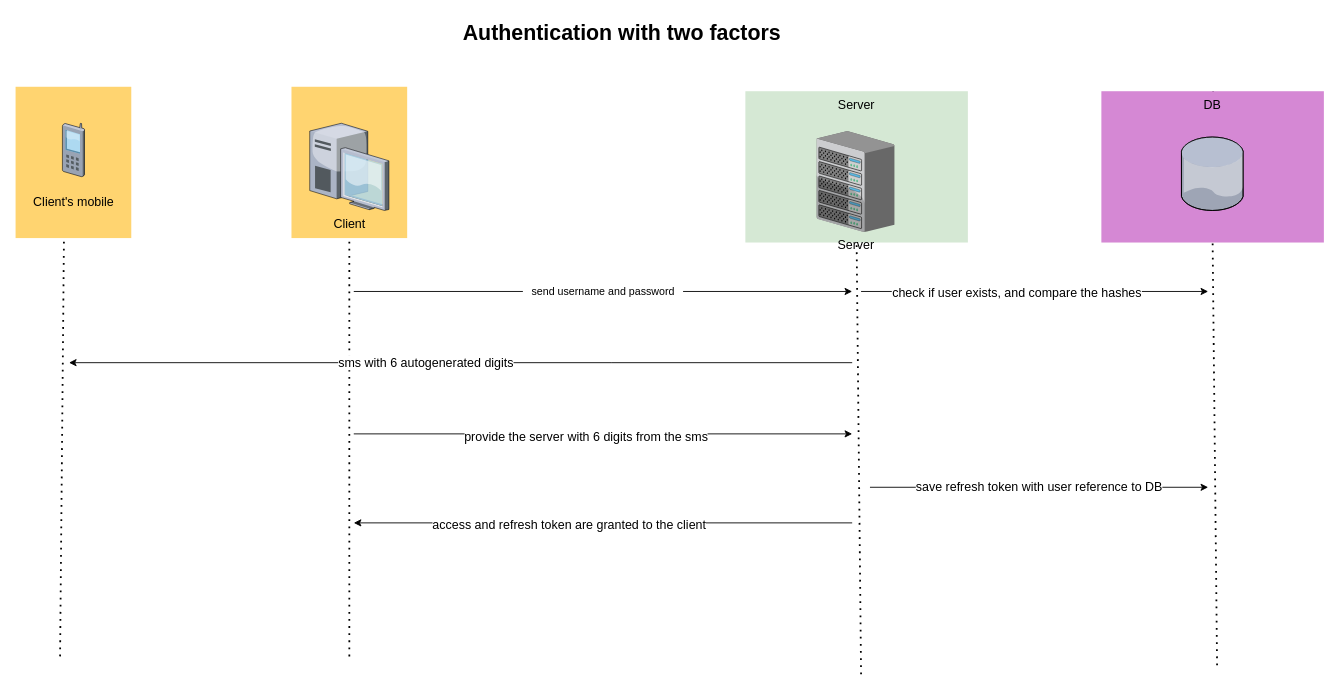
Above: dataflow.drawio in Tamimjabr/security-system-diagram (draw.io), before the change. Source tidied: cells renumbered, new cells numbered last; positions are measured from the earlier drawing's top-left corner, leaving out a move shared by most shapes. Both pictures are drawn from the tidied source at 89%, with x=0, y=0 at pixel (15, 15).
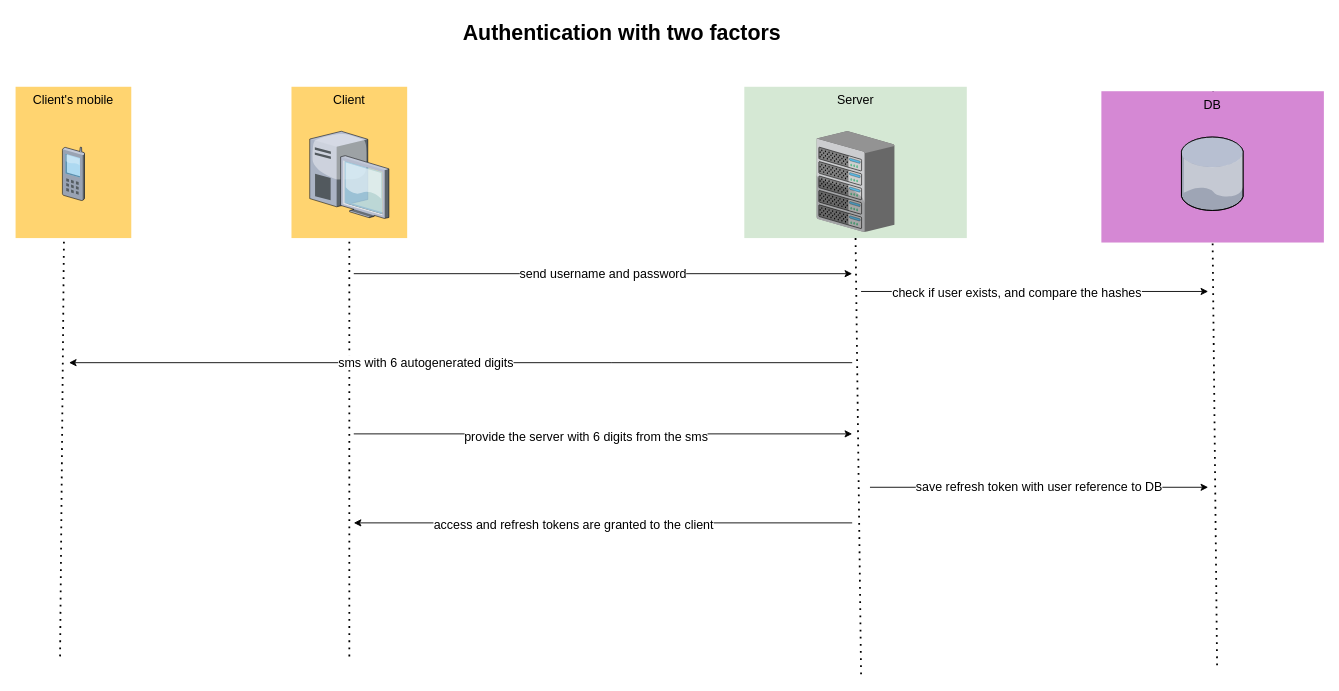
The same page after the edit.

The change refers to these unchanged cells:
```xml
<mxCell id="26" style="endArrow=classic;html=1;rounded=0;fontSize=14;" parent="1" edge="1">
  <mxGeometry relative="1" as="geometry">
    <mxPoint x="940" y="570" as="sourcePoint" />
    <mxPoint x="380" y="570" as="targetPoint" />
  </mxGeometry>
</mxCell>
```

The edit, as a diff of the source:
```diff
@@
     <mxCell id="2" value="Server" style="whiteSpace=wrap;html=1;fillColor=#d5e8d4;fontSize=14;strokeColor=none;verticalAlign=top;" parent="1" vertex="1">
-      <mxGeometry x="820" y="85" width="250" height="170" as="geometry" />
+      <mxGeometry x="818.8" y="80" width="250" height="170" as="geometry" />
     </mxCell>
-    <mxCell id="3" style="whiteSpace=wrap;html=1;fillColor=#FFD470;gradientColor=none;fontSize=14;strokeColor=none;verticalAlign=top;" parent="1" vertex="1">
+    <mxCell id="3" value="Client" style="whiteSpace=wrap;html=1;fillColor=#FFD470;gradientColor=none;fontSize=14;strokeColor=none;verticalAlign=top;" parent="1" vertex="1">
       <mxGeometry x="310" y="80" width="130" height="170" as="geometry" />
     </mxCell>
-    <mxCell id="4" value="Client" style="verticalLabelPosition=bottom;html=1;verticalAlign=top;strokeColor=none;shape=mxgraph.citrix.desktop;fillColor=#66B2FF;gradientColor=#0066CC;fontSize=14;" parent="1" vertex="1">
-      <mxGeometry x="330.5" y="121" width="89" height="98" as="geometry" />
+    <mxCell id="4" style="verticalLabelPosition=bottom;html=1;verticalAlign=top;strokeColor=none;shape=mxgraph.citrix.desktop;fillColor=#66B2FF;gradientColor=#0066CC;fontSize=14;" parent="1" vertex="1">
+      <mxGeometry x="330.5" y="130" width="89" height="98" as="geometry" />
     </mxCell>
-    <mxCell id="5" value="Server" style="verticalLabelPosition=bottom;html=1;verticalAlign=top;strokeColor=none;shape=mxgraph.citrix.chassis;fillColor=#66B2FF;gradientColor=#0066CC;fontSize=14;" parent="1" vertex="1">
+    <mxCell id="5" style="verticalLabelPosition=bottom;html=1;verticalAlign=top;strokeColor=none;shape=mxgraph.citrix.chassis;fillColor=#66B2FF;gradientColor=#0066CC;fontSize=14;" parent="1" vertex="1">
       <mxGeometry x="900" y="130" width="87.5" height="113" as="geometry" />
     </mxCell>
@@
-    <mxCell id="10" style="endArrow=classic;html=1;rounded=0;startArrow=none;" parent="1" edge="1" source="11">
-      <mxGeometry relative="1" as="geometry">
-        <mxPoint x="940" y="310" as="targetPoint" />
-      </mxGeometry>
-    </mxCell>
-    <mxCell id="11" value="send username and password" style="text;html=1;align=center;verticalAlign=middle;points=[];fillColor=none;strokeColor=none;rounded=0;" parent="1" vertex="1">
-      <mxGeometry x="570" y="300" width="180" height="20" as="geometry" />
-    </mxCell>
-    <mxCell id="12" style="endArrow=none;html=1;rounded=0;" parent="1" edge="1" target="11">
-      <mxGeometry relative="1" as="geometry">
-        <mxPoint x="380" y="310" as="sourcePoint" />
-      </mxGeometry>
-    </mxCell>
@@
-    <mxCell id="20" style="whiteSpace=wrap;html=1;fillColor=#FFD470;gradientColor=none;fontSize=14;strokeColor=none;verticalAlign=top;" parent="1" vertex="1">
+    <mxCell id="20" value="Client's mobile" style="whiteSpace=wrap;html=1;fillColor=#FFD470;gradientColor=none;fontSize=14;strokeColor=none;verticalAlign=top;" parent="1" vertex="1">
       <mxGeometry y="80" width="130" height="170" as="geometry" />
     </mxCell>
     <mxCell id="21" style="verticalLabelPosition=bottom;sketch=0;html=1;verticalAlign=top;strokeColor=none;align=center;shape=mxgraph.citrix.cell_phone;fontSize=14;fillColor=#d5e8d4;" parent="1" vertex="1">
-      <mxGeometry x="52.5" y="121" width="25" height="60" as="geometry" />
+      <mxGeometry x="52.5" y="147.8" width="25" height="60" as="geometry" />
     </mxCell>
-    <mxCell id="22" value="Client's mobile" style="text;html=1;align=center;verticalAlign=middle;fillColor=none;strokeColor=none;rounded=0;fontSize=14;" parent="1" vertex="1">
-      <mxGeometry x="10" y="199" width="110" height="20" as="geometry" />
-    </mxCell>
@@
-    <mxCell id="27" value="access and refresh token are granted to the client" style="edgeLabel;html=1;align=center;verticalAlign=middle;fontSize=14;" parent="26" vertex="1">
-      <mxGeometry x="0.14" y="1" relative="1" as="geometry" />
+    <mxCell id="27" value="access and refresh tokens are granted to the client" style="edgeLabel;html=1;align=center;verticalAlign=middle;fontSize=14;" parent="26" vertex="1">
+      <mxGeometry x="0.14" y="1" relative="1" as="geometry">
+        <mxPoint x="5" as="offset" />
+      </mxGeometry>
     </mxCell>
@@
+    <mxCell id="11" value="send username and password" style="endArrow=classic;html=1;rounded=0;fontSize=14;" parent="1" edge="1">
+      <mxGeometry relative="1" as="geometry">
+        <mxPoint x="380" y="290" as="sourcePoint" />
+        <mxPoint x="940" y="290" as="targetPoint" />
+      </mxGeometry>
+    </mxCell>
```
